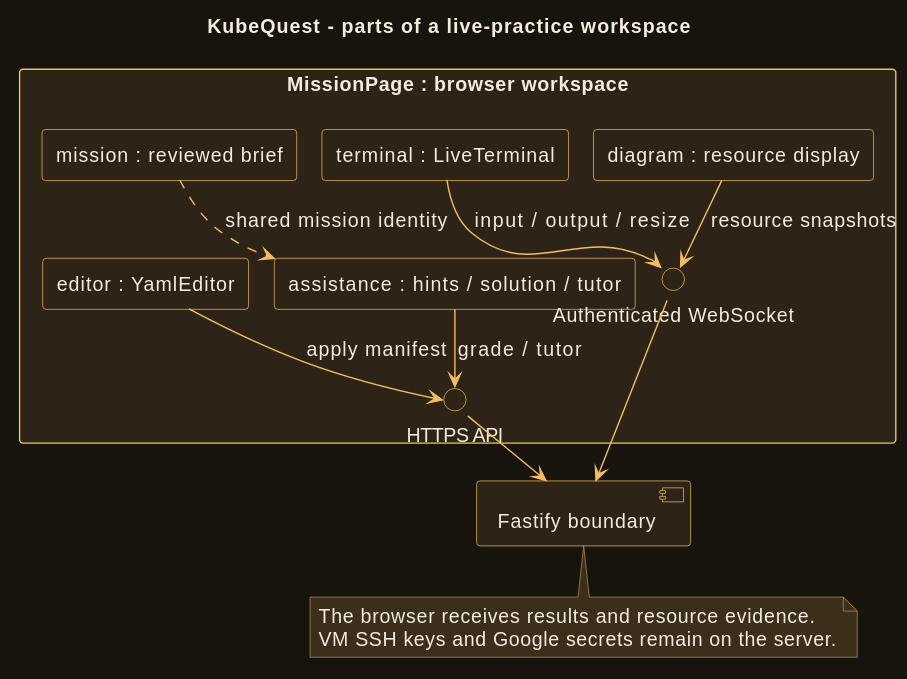
Before: diagrams/composite-structure.svg, a diagram exported from PlantUML (ramideltoro/kubequest-wiki). Its source is kept beside it as diagrams/composite-structure.puml. Source of this version:
```plantuml
@startuml
!pragma layout smetana
skinparam backgroundColor #17130D
skinparam defaultFontName SansSerif
skinparam defaultFontSize 14
skinparam defaultFontColor #F4ECDF
skinparam shadowing false
skinparam ArrowColor #F3BD62
skinparam LineColor #F3BD62
skinparam BorderColor #F3BD62
skinparam defaultBackgroundColor #2D2417
skinparam classBackgroundColor #2D2417
skinparam classBorderColor #F3BD62
skinparam classFontColor #F4ECDF
skinparam componentBackgroundColor #2D2417
skinparam componentBorderColor #F3BD62
skinparam componentFontColor #F4ECDF
skinparam nodeBackgroundColor #2D2417
skinparam nodeBorderColor #F3BD62
skinparam nodeFontColor #F4ECDF
skinparam packageBackgroundColor #2D2417
skinparam packageBorderColor #F3BD62
skinparam packageFontColor #F4ECDF
skinparam rectangleBackgroundColor #2D2417
skinparam rectangleBorderColor #F3BD62
skinparam rectangleFontColor #F4ECDF
skinparam databaseBackgroundColor #2D2417
skinparam databaseBorderColor #F3BD62
skinparam databaseFontColor #F4ECDF
skinparam cloudBackgroundColor #2D2417
skinparam cloudBorderColor #F3BD62
skinparam cloudFontColor #F4ECDF
skinparam artifactBackgroundColor #2D2417
skinparam artifactBorderColor #F3BD62
skinparam artifactFontColor #F4ECDF
skinparam objectBackgroundColor #2D2417
skinparam objectBorderColor #F3BD62
skinparam objectFontColor #F4ECDF
skinparam stateBackgroundColor #2D2417
skinparam stateBorderColor #F3BD62
skinparam stateFontColor #F4ECDF
skinparam activityBackgroundColor #2D2417
skinparam activityBorderColor #F3BD62
skinparam activityFontColor #F4ECDF
skinparam actorBackgroundColor #2D2417
skinparam actorBorderColor #F3BD62
skinparam actorFontColor #F4ECDF
skinparam usecaseBackgroundColor #2D2417
skinparam usecaseBorderColor #F3BD62
skinparam usecaseFontColor #F4ECDF
skinparam interfaceBackgroundColor #2D2417
skinparam interfaceBorderColor #F3BD62
skinparam interfaceFontColor #F4ECDF
skinparam participantBackgroundColor #2D2417
skinparam participantBorderColor #F3BD62
skinparam participantFontColor #F4ECDF
skinparam classAttributeIconSize 0
skinparam NoteBackgroundColor #3B2E1A
skinparam NoteBorderColor #BB9658
skinparam NoteFontColor #F4ECDF
skinparam sequenceLifeLineBorderColor #BB9658
skinparam sequenceLifeLineBackgroundColor #221C13
skinparam sequenceGroupBackgroundColor #221C13
skinparam sequenceGroupHeaderFontColor #F4ECDF
skinparam sequenceGroupBodyBackgroundColor #221C13
skinparam sequenceDividerBackgroundColor #2D2417
skinparam sequenceDividerFontColor #F4ECDF
skinparam activityDiamondBackgroundColor #3B2E1A
skinparam activityStartColor #F3BD62
skinparam activityEndColor #F3BD62
title KubeQuest - parts of a live-practice workspace
rectangle "MissionPage : browser workspace" {
 rectangle "mission : reviewed brief" as Brief
 rectangle "terminal : LiveTerminal" as Terminal
 rectangle "editor : YamlEditor" as Editor
 rectangle "diagram : resource display" as Diagram
 rectangle "assistance : hints / solution / tutor" as Help
 interface "HTTPS API" as HTTP
 interface "Authenticated WebSocket" as WS
 Editor --> HTTP : apply manifest
 Help --> HTTP : grade / tutor
 Terminal --> WS : input / output / resize
 Diagram --> WS : resource snapshots
 Brief ..> Help : shared mission identity
}
component "Fastify boundary" as API
HTTP --> API
WS --> API
note bottom of API
The browser receives results and resource evidence.
VM SSH keys and Google secrets remain on the server.
end note
@enduml
```
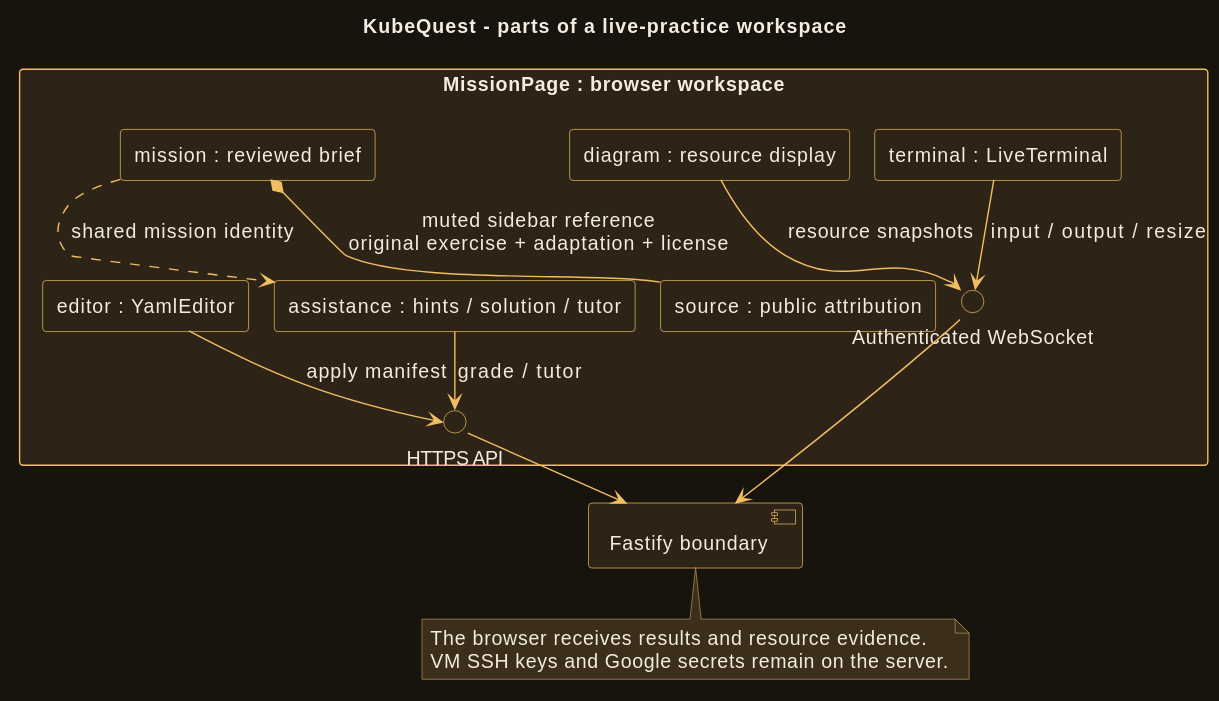
Later version of the same file.

Commit message:
Document themed lab source attribution

The edit, as a diff of the source:
```diff
@@ -71,6 +71,8 @@
 title KubeQuest - parts of a live-practice workspace
 rectangle "MissionPage : browser workspace" {
  rectangle "mission : reviewed brief" as Brief
+ rectangle "source : public attribution" as Source
+ Brief *-- Source : muted sidebar reference\noriginal exercise + adaptation + license
  rectangle "terminal : LiveTerminal" as Terminal
  rectangle "editor : YamlEditor" as Editor
  rectangle "diagram : resource display" as Diagram
```
